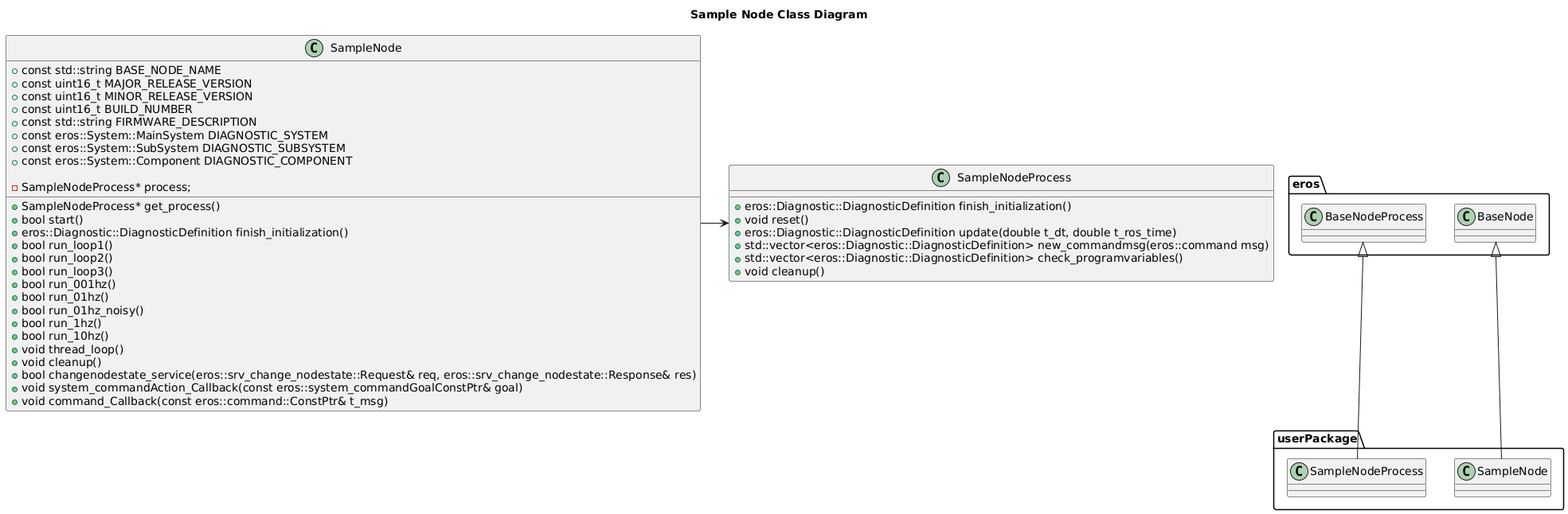
This is sample/SampleNode/SampleNode/doc/output/SampleNodeClassDiagram.png from dgitz/eros, a PlantUML export, as it was before one commit.
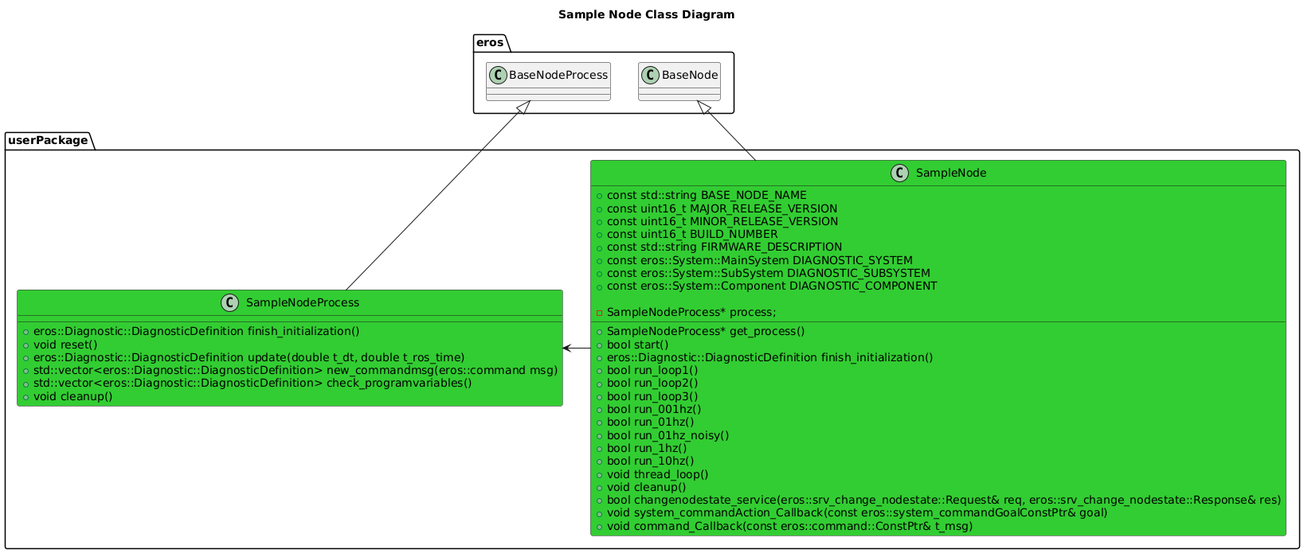
Later version of the same file.

Change to the diagram source:
```diff
@@ -7,45 +7,46 @@
 }
 
 package userPackage {
+
+  class SampleNode #LimeGreen {
+      +const std::string BASE_NODE_NAME
+      +const uint16_t MAJOR_RELEASE_VERSION
+      +const uint16_t MINOR_RELEASE_VERSION
+      +const uint16_t BUILD_NUMBER
+      +const std::string FIRMWARE_DESCRIPTION
+      +const eros::System::MainSystem DIAGNOSTIC_SYSTEM
+      +const eros::System::SubSystem DIAGNOSTIC_SUBSYSTEM
+      +const eros::System::Component DIAGNOSTIC_COMPONENT
+      +SampleNodeProcess* get_process()
+      +bool start()
+      +eros::Diagnostic::DiagnosticDefinition finish_initialization()
+      +bool run_loop1()
+      +bool run_loop2()
+      +bool run_loop3()
+      +bool run_001hz()
+      +bool run_01hz()
+      +bool run_01hz_noisy()
+      +bool run_1hz()
+      +bool run_10hz()
+      +void thread_loop()
+      +void cleanup()
+      +bool changenodestate_service(eros::srv_change_nodestate::Request& req, eros::srv_change_nodestate::Response& res)
+      +void system_commandAction_Callback(const eros::system_commandGoalConstPtr& goal)
+      +void command_Callback(const eros::command::ConstPtr& t_msg)
+
+      -SampleNodeProcess* process;
+  }
+  class SampleNodeProcess #LimeGreen {
+      +eros::Diagnostic::DiagnosticDefinition finish_initialization()
+      +void reset()
+      +eros::Diagnostic::DiagnosticDefinition update(double t_dt, double t_ros_time)
+      +std::vector<eros::Diagnostic::DiagnosticDefinition> new_commandmsg(eros::command msg)
+      +std::vector<eros::Diagnostic::DiagnosticDefinition> check_programvariables()
+      +void cleanup()
+
+  }
   BaseNode <|-- SampleNode
   BaseNodeProcess <|-- SampleNodeProcess
+  SampleNode -> SampleNodeProcess
 }
-class SampleNode {
-    +const std::string BASE_NODE_NAME
-    +const uint16_t MAJOR_RELEASE_VERSION
-    +const uint16_t MINOR_RELEASE_VERSION
-    +const uint16_t BUILD_NUMBER
-    +const std::string FIRMWARE_DESCRIPTION
-    +const eros::System::MainSystem DIAGNOSTIC_SYSTEM
-    +const eros::System::SubSystem DIAGNOSTIC_SUBSYSTEM
-    +const eros::System::Component DIAGNOSTIC_COMPONENT
-    +SampleNodeProcess* get_process()
-    +bool start()
-    +eros::Diagnostic::DiagnosticDefinition finish_initialization()
-    +bool run_loop1()
-    +bool run_loop2()
-    +bool run_loop3()
-    +bool run_001hz()
-    +bool run_01hz()
-    +bool run_01hz_noisy()
-    +bool run_1hz()
-    +bool run_10hz()
-    +void thread_loop()
-    +void cleanup()
-    +bool changenodestate_service(eros::srv_change_nodestate::Request& req, eros::srv_change_nodestate::Response& res)
-    +void system_commandAction_Callback(const eros::system_commandGoalConstPtr& goal)
-    +void command_Callback(const eros::command::ConstPtr& t_msg)
-
-    -SampleNodeProcess* process;
-}
-class SampleNodeProcess {
-    +eros::Diagnostic::DiagnosticDefinition finish_initialization()
-    +void reset()
-    +eros::Diagnostic::DiagnosticDefinition update(double t_dt, double t_ros_time)
-    +std::vector<eros::Diagnostic::DiagnosticDefinition> new_commandmsg(eros::command msg)
-    +std::vector<eros::Diagnostic::DiagnosticDefinition> check_programvariables()
-    +void cleanup()
-
-}
-SampleNode -> SampleNodeProcess
 @enduml
```
